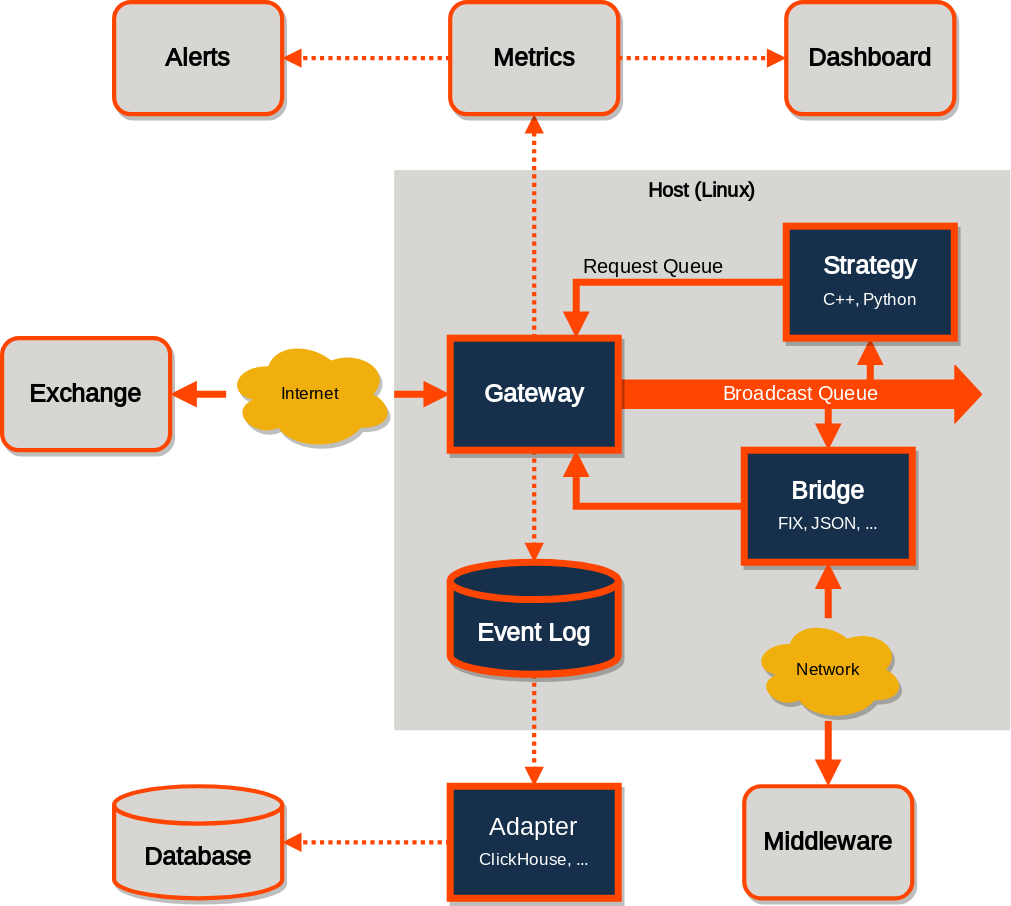
Earlier version of the draw.io export profile/architecture_reference.svg (roq-trading/.github). Source tidied: cells renumbered, new cells last; positions are measured from the earlier drawing's top-left corner, leaving out a move shared by most shapes.
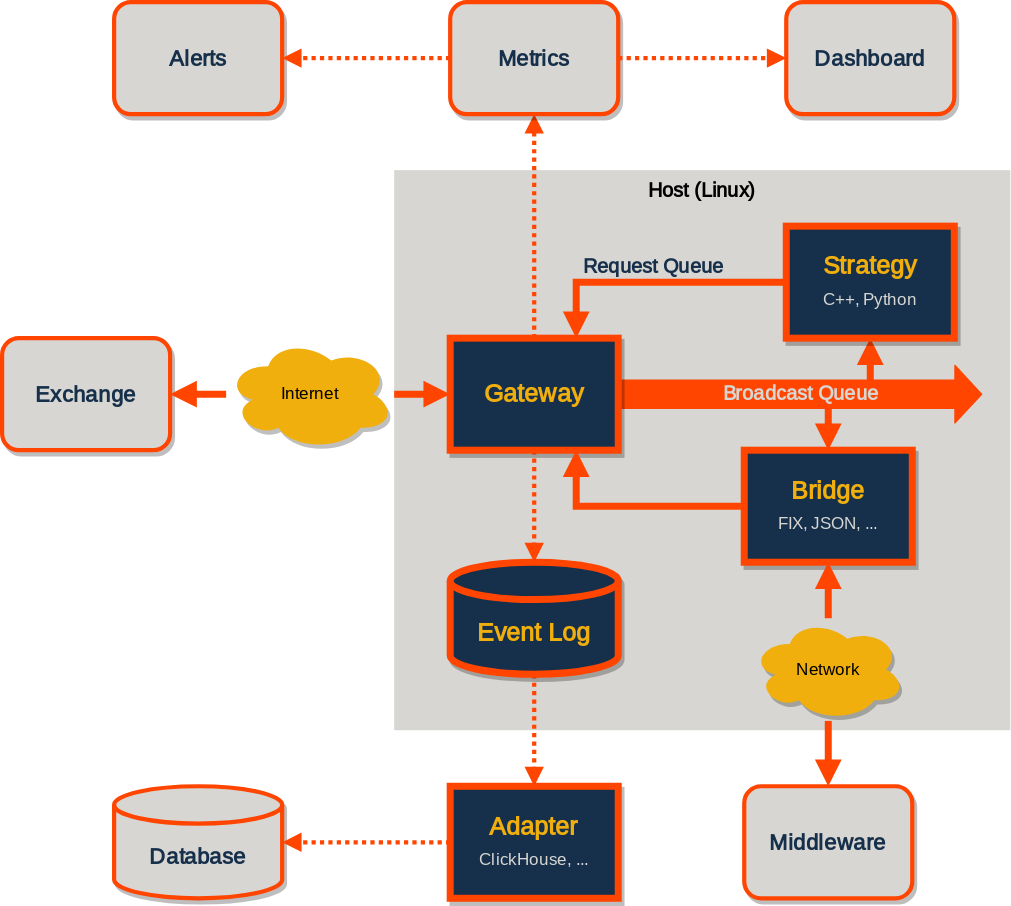
The same file after the commit.

What changed in the source:
```diff
@@ -24,42 +24,42 @@
         <mxPoint x="590" y="290" as="sourcePoint" />
       </mxGeometry>
     </mxCell>
-    <mxCell id="8" value="Broadcast Queue" style="shape=flexArrow;endArrow=classic;html=1;width=20;labelBackgroundColor=none;fontColor=#FFFFFF;fillColor=#ff4500;strokeColor=#ff4500;exitX=1;exitY=0.5;exitDx=0;exitDy=0;fontFamily=Quattrocento Sans;fontSource=https%3A%2F%2Ffonts.googleapis.com%2Fcss%3Ffamily%3DQuattrocento%2BSans;fontSize=14;" parent="1" edge="1" source="9">
+    <mxCell id="8" value="&lt;font color=&quot;#d7d6d2&quot;&gt;Broadcast Queue&lt;/font&gt;" style="shape=flexArrow;endArrow=classic;html=1;width=20;labelBackgroundColor=none;fontColor=#FFFFFF;fillColor=#ff4500;strokeColor=#ff4500;exitX=1;exitY=0.5;exitDx=0;exitDy=0;fontFamily=Quattrocento Sans;fontSource=https%3A%2F%2Ffonts.googleapis.com%2Fcss%3Ffamily%3DQuattrocento%2BSans;fontSize=14;fontStyle=1;" parent="1" edge="1" source="9">
       <mxGeometry relative="1" as="geometry">
         <mxPoint x="700" y="280" as="targetPoint" />
       </mxGeometry>
     </mxCell>
-    <mxCell id="9" value="Gateway" style="rounded=0;whiteSpace=wrap;html=1;labelBackgroundColor=none;fontStyle=1;fontColor=#FFFFFF;fillColor=#16304b;strokeColor=#ff4500;strokeWidth=5;fontFamily=Quattrocento Sans;fontSource=https%3A%2F%2Ffonts.googleapis.com%2Fcss%3Ffamily%3DQuattrocento%2BSans;fontSize=18;shadow=1;" parent="1" vertex="1">
+    <mxCell id="9" value="Gateway" style="rounded=0;whiteSpace=wrap;html=1;labelBackgroundColor=none;fontStyle=1;fontColor=#F0AF0D;fillColor=#16304b;strokeColor=#ff4500;strokeWidth=5;fontFamily=Quattrocento Sans;fontSource=https%3A%2F%2Ffonts.googleapis.com%2Fcss%3Ffamily%3DQuattrocento%2BSans;fontSize=18;shadow=1;" parent="1" vertex="1">
       <mxGeometry x="320" y="240" width="120" height="80" as="geometry" />
     </mxCell>
-    <mxCell id="10" value="&lt;b&gt;Strategy&lt;/b&gt;&lt;font style=&quot;font-size: 12px;&quot;&gt;&lt;font style=&quot;font-size: 12px;&quot;&gt;&lt;br style=&quot;&quot;&gt;C++, Python&lt;/font&gt;&lt;/font&gt;" style="rounded=0;whiteSpace=wrap;html=1;fontStyle=0;fontColor=#FFFFFF;fillColor=#16304b;strokeColor=#ff4500;strokeWidth=5;fontFamily=Quattrocento Sans;fontSource=https%3A%2F%2Ffonts.googleapis.com%2Fcss%3Ffamily%3DQuattrocento%2BSans;fontSize=18;shadow=1;" parent="1" vertex="1">
+    <mxCell id="10" value="&lt;b&gt;&lt;font color=&quot;#f0af0d&quot;&gt;Strategy&lt;/font&gt;&lt;/b&gt;&lt;font style=&quot;font-size: 12px;&quot;&gt;&lt;font style=&quot;font-size: 12px;&quot;&gt;&lt;br style=&quot;&quot;&gt;&lt;font color=&quot;#d7d6d2&quot;&gt;C++, Python&lt;/font&gt;&lt;/font&gt;&lt;/font&gt;" style="rounded=0;whiteSpace=wrap;html=1;fontStyle=0;fontColor=#FFFFFF;fillColor=#16304b;strokeColor=#ff4500;strokeWidth=5;fontFamily=Quattrocento Sans;fontSource=https%3A%2F%2Ffonts.googleapis.com%2Fcss%3Ffamily%3DQuattrocento%2BSans;fontSize=18;shadow=1;" parent="1" vertex="1">
       <mxGeometry x="560" y="160" width="120" height="80" as="geometry" />
     </mxCell>
-    <mxCell id="11" value="&lt;b&gt;Bridge&lt;/b&gt;&lt;font style=&quot;font-size: 12px;&quot;&gt;&lt;br style=&quot;&quot;&gt;FIX, JSON, ...&lt;/font&gt;" style="rounded=0;whiteSpace=wrap;html=1;fontStyle=0;fontColor=#FFFFFF;fillColor=#16304b;strokeColor=#ff4500;strokeWidth=5;fontFamily=Quattrocento Sans;fontSource=https%3A%2F%2Ffonts.googleapis.com%2Fcss%3Ffamily%3DQuattrocento%2BSans;fontSize=18;shadow=1;" parent="1" vertex="1">
+    <mxCell id="11" value="&lt;b&gt;&lt;font color=&quot;#f0af0d&quot;&gt;Bridge&lt;/font&gt;&lt;/b&gt;&lt;font style=&quot;font-size: 12px;&quot;&gt;&lt;br style=&quot;&quot;&gt;&lt;font color=&quot;#d7d6d2&quot;&gt;FIX, JSON, ...&lt;/font&gt;&lt;/font&gt;" style="rounded=0;whiteSpace=wrap;html=1;fontStyle=0;fontColor=#FFFFFF;fillColor=#16304b;strokeColor=#ff4500;strokeWidth=5;fontFamily=Quattrocento Sans;fontSource=https%3A%2F%2Ffonts.googleapis.com%2Fcss%3Ffamily%3DQuattrocento%2BSans;fontSize=18;shadow=1;" parent="1" vertex="1">
       <mxGeometry x="530" y="320" width="120" height="80" as="geometry" />
     </mxCell>
-    <mxCell id="12" value="Exchange" style="rounded=1;whiteSpace=wrap;html=1;labelBackgroundColor=none;fontStyle=1;fontColor=#000000;fillColor=#D7D6D2;strokeColor=#ff4500;strokeWidth=3;fontFamily=Quattrocento Sans;fontSource=https%3A%2F%2Ffonts.googleapis.com%2Fcss%3Ffamily%3DQuattrocento%2BSans;fontSize=18;shadow=1;" parent="1" vertex="1">
+    <mxCell id="12" value="Exchange" style="rounded=1;whiteSpace=wrap;html=1;labelBackgroundColor=none;fontStyle=1;fontColor=#16304B;fillColor=#D7D6D2;strokeColor=#ff4500;strokeWidth=3;fontFamily=Quattrocento Sans;fontSource=https%3A%2F%2Ffonts.googleapis.com%2Fcss%3Ffamily%3DQuattrocento%2BSans;fontSize=16;shadow=1;" parent="1" vertex="1">
       <mxGeometry y="240" width="120" height="80" as="geometry" />
     </mxCell>
-    <mxCell id="13" value="&lt;br style=&quot;font-size: 18px;&quot;&gt;Event Log" style="strokeWidth=5;html=1;shape=mxgraph.flowchart.database;whiteSpace=wrap;strokeColor=#FF4500;fillColor=#16304B;fontColor=#FFFFFF;verticalAlign=middle;fontFamily=Quattrocento Sans;fontSource=https%3A%2F%2Ffonts.googleapis.com%2Fcss%3Ffamily%3DQuattrocento%2BSans;fontSize=18;fontStyle=1;shadow=1;" parent="1" vertex="1">
+    <mxCell id="13" value="&lt;font color=&quot;#f0af0d&quot;&gt;&lt;br style=&quot;font-size: 18px;&quot;&gt;Event Log&lt;/font&gt;" style="strokeWidth=5;html=1;shape=mxgraph.flowchart.database;whiteSpace=wrap;strokeColor=#FF4500;fillColor=#16304B;fontColor=#FFFFFF;verticalAlign=middle;fontFamily=Quattrocento Sans;fontSource=https%3A%2F%2Ffonts.googleapis.com%2Fcss%3Ffamily%3DQuattrocento%2BSans;fontSize=18;fontStyle=1;shadow=1;" parent="1" vertex="1">
       <mxGeometry x="320" y="400" width="120" height="80" as="geometry" />
     </mxCell>
-    <mxCell id="14" value="Adapter&lt;font style=&quot;font-size: 12px;&quot;&gt;&lt;br style=&quot;&quot;&gt;ClickHouse, ...&lt;/font&gt;" style="rounded=0;whiteSpace=wrap;html=1;labelBackgroundColor=none;fontStyle=0;fontColor=#FFFFFF;fillColor=#16304B;strokeColor=#FF4500;strokeWidth=5;fontFamily=Quattrocento Sans;fontSource=https%3A%2F%2Ffonts.googleapis.com%2Fcss%3Ffamily%3DQuattrocento%2BSans;fontSize=18;shadow=1;" parent="1" vertex="1">
+    <mxCell id="14" value="&lt;font color=&quot;#f0af0d&quot;&gt;&lt;b&gt;Adapter&lt;/b&gt;&lt;/font&gt;&lt;font style=&quot;font-size: 12px;&quot;&gt;&lt;br style=&quot;&quot;&gt;&lt;font color=&quot;#d7d6d2&quot;&gt;ClickHouse, ...&lt;/font&gt;&lt;/font&gt;" style="rounded=0;whiteSpace=wrap;html=1;labelBackgroundColor=none;fontStyle=0;fontColor=#FFFFFF;fillColor=#16304B;strokeColor=#FF4500;strokeWidth=5;fontFamily=Quattrocento Sans;fontSource=https%3A%2F%2Ffonts.googleapis.com%2Fcss%3Ffamily%3DQuattrocento%2BSans;fontSize=18;shadow=1;" parent="1" vertex="1">
       <mxGeometry x="320" y="560" width="120" height="80" as="geometry" />
     </mxCell>
-    <mxCell id="15" value="&lt;br style=&quot;font-size: 18px;&quot;&gt;Database" style="strokeWidth=3;html=1;shape=mxgraph.flowchart.database;whiteSpace=wrap;strokeColor=#FF4500;fillColor=#D7D6D2;fontColor=#000000;verticalAlign=middle;fontFamily=Quattrocento Sans;fontSource=https%3A%2F%2Ffonts.googleapis.com%2Fcss%3Ffamily%3DQuattrocento%2BSans;fontSize=18;fontStyle=1;shadow=1;" parent="1" vertex="1">
+    <mxCell id="15" value="&lt;br style=&quot;font-size: 16px;&quot;&gt;Database" style="strokeWidth=3;html=1;shape=mxgraph.flowchart.database;whiteSpace=wrap;strokeColor=#FF4500;fillColor=#D7D6D2;fontColor=#16304B;verticalAlign=middle;fontFamily=Quattrocento Sans;fontSource=https%3A%2F%2Ffonts.googleapis.com%2Fcss%3Ffamily%3DQuattrocento%2BSans;fontSize=16;fontStyle=1;shadow=1;" parent="1" vertex="1">
       <mxGeometry x="80" y="560" width="120" height="80" as="geometry" />
     </mxCell>
     <mxCell id="16" style="endArrow=block;startArrow=none;html=1;entryX=0;entryY=0.5;entryDx=0;entryDy=0;endFill=1;strokeWidth=5;startFill=1;strokeColor=#ff4500;fontFamily=Quattrocento Sans;fontSource=https%3A%2F%2Ffonts.googleapis.com%2Fcss%3Ffamily%3DQuattrocento%2BSans;fontSize=14;" parent="1" edge="1" source="29" target="9">
       <mxGeometry relative="1" as="geometry" />
     </mxCell>
-    <mxCell id="17" value="Metrics" style="rounded=1;whiteSpace=wrap;html=1;labelBackgroundColor=none;fontStyle=1;fontColor=#000000;fillColor=#D7D6D2;strokeColor=#FF4500;strokeWidth=3;fontFamily=Quattrocento Sans;fontSource=https%3A%2F%2Ffonts.googleapis.com%2Fcss%3Ffamily%3DQuattrocento%2BSans;fontSize=18;shadow=1;" parent="1" vertex="1">
+    <mxCell id="17" value="Metrics" style="rounded=1;whiteSpace=wrap;html=1;labelBackgroundColor=none;fontStyle=1;fontColor=#16304B;fillColor=#D7D6D2;strokeColor=#FF4500;strokeWidth=3;fontFamily=Quattrocento Sans;fontSource=https%3A%2F%2Ffonts.googleapis.com%2Fcss%3Ffamily%3DQuattrocento%2BSans;fontSize=16;shadow=1;" parent="1" vertex="1">
       <mxGeometry x="320" width="120" height="80" as="geometry" />
     </mxCell>
-    <mxCell id="18" value="Dashboard" style="rounded=1;whiteSpace=wrap;html=1;labelBackgroundColor=none;fontStyle=1;fontColor=#000000;fillColor=#D7D6D2;strokeColor=#FF4500;strokeWidth=3;fontFamily=Quattrocento Sans;fontSource=https%3A%2F%2Ffonts.googleapis.com%2Fcss%3Ffamily%3DQuattrocento%2BSans;fontSize=18;shadow=1;" parent="1" vertex="1">
+    <mxCell id="18" value="Dashboard" style="rounded=1;whiteSpace=wrap;html=1;labelBackgroundColor=none;fontStyle=1;fontColor=#16304B;fillColor=#D7D6D2;strokeColor=#FF4500;strokeWidth=3;fontFamily=Quattrocento Sans;fontSource=https%3A%2F%2Ffonts.googleapis.com%2Fcss%3Ffamily%3DQuattrocento%2BSans;fontSize=16;shadow=1;" parent="1" vertex="1">
       <mxGeometry x="560" width="120" height="80" as="geometry" />
     </mxCell>
-    <mxCell id="19" value="Alerts" style="rounded=1;whiteSpace=wrap;html=1;labelBackgroundColor=none;fontStyle=1;fontColor=#000000;fillColor=#D7D6D2;strokeColor=#FF4500;strokeWidth=3;fontFamily=Quattrocento Sans;fontSource=https%3A%2F%2Ffonts.googleapis.com%2Fcss%3Ffamily%3DQuattrocento%2BSans;fontSize=18;shadow=1;" parent="1" vertex="1">
+    <mxCell id="19" value="Alerts" style="rounded=1;whiteSpace=wrap;html=1;labelBackgroundColor=none;fontStyle=1;fontColor=#16304B;fillColor=#D7D6D2;strokeColor=#FF4500;strokeWidth=3;fontFamily=Quattrocento Sans;fontSource=https%3A%2F%2Ffonts.googleapis.com%2Fcss%3Ffamily%3DQuattrocento%2BSans;fontSize=16;shadow=1;" parent="1" vertex="1">
       <mxGeometry x="80" width="120" height="80" as="geometry" />
     </mxCell>
     <mxCell id="20" style="endArrow=block;html=1;strokeWidth=3;endFill=1;strokeColor=#FF4500;exitX=0;exitY=0.5;exitDx=0;exitDy=0;entryX=1;entryY=0.5;entryDx=0;entryDy=0;dashed=1;dashPattern=1 1;fontColor=#000000;fontFamily=Quattrocento Sans;fontSource=https%3A%2F%2Ffonts.googleapis.com%2Fcss%3Ffamily%3DQuattrocento%2BSans;fontSize=14;" parent="1" edge="1" source="17" target="19">
@@ -74,10 +74,10 @@
     <mxCell id="23" style="edgeStyle=orthogonalEdgeStyle;rounded=0;jettySize=auto;html=1;entryX=0.75;entryY=1;entryDx=0;entryDy=0;strokeWidth=5;endArrow=block;endFill=1;strokeColor=#ff4500;exitX=0;exitY=0.5;exitDx=0;exitDy=0;fontFamily=Quattrocento Sans;fontSource=https%3A%2F%2Ffonts.googleapis.com%2Fcss%3Ffamily%3DQuattrocento%2BSans;fontSize=14;" parent="1" edge="1" source="11" target="9">
       <mxGeometry relative="1" as="geometry" />
     </mxCell>
-    <mxCell id="24" value="Request Queue" style="edgeStyle=orthogonalEdgeStyle;rounded=0;jettySize=auto;html=1;exitX=0;exitY=0.5;exitDx=0;exitDy=0;entryX=0.75;entryY=0;entryDx=0;entryDy=0;strokeWidth=5;endArrow=block;endFill=1;strokeColor=#ff4500;labelBackgroundColor=none;labelPosition=center;verticalLabelPosition=top;align=center;verticalAlign=bottom;fontFamily=Quattrocento Sans;fontSource=https%3A%2F%2Ffonts.googleapis.com%2Fcss%3Ffamily%3DQuattrocento%2BSans;fontSize=14;" parent="1" edge="1" source="10" target="9">
+    <mxCell id="24" value="Request Queue" style="edgeStyle=orthogonalEdgeStyle;rounded=0;jettySize=auto;html=1;exitX=0;exitY=0.5;exitDx=0;exitDy=0;entryX=0.75;entryY=0;entryDx=0;entryDy=0;strokeWidth=5;endArrow=block;endFill=1;strokeColor=#ff4500;labelBackgroundColor=none;labelPosition=center;verticalLabelPosition=top;align=center;verticalAlign=bottom;fontFamily=Quattrocento Sans;fontSource=https%3A%2F%2Ffonts.googleapis.com%2Fcss%3Ffamily%3DQuattrocento%2BSans;fontSize=14;fontColor=#16304B;fontStyle=1;" parent="1" edge="1" source="10" target="9">
       <mxGeometry relative="1" as="geometry" />
     </mxCell>
-    <mxCell id="25" value="Middleware" style="rounded=1;whiteSpace=wrap;html=1;labelBackgroundColor=none;fontStyle=1;fontColor=#000000;fillColor=#D7D6D2;strokeColor=#FF4500;strokeWidth=3;fontFamily=Quattrocento Sans;fontSource=https%3A%2F%2Ffonts.googleapis.com%2Fcss%3Ffamily%3DQuattrocento%2BSans;fontSize=18;shadow=1;" parent="1" vertex="1">
+    <mxCell id="25" value="Middleware" style="rounded=1;whiteSpace=wrap;html=1;labelBackgroundColor=none;fontStyle=1;fontColor=#16304B;fillColor=#D7D6D2;strokeColor=#FF4500;strokeWidth=3;fontFamily=Quattrocento Sans;fontSource=https%3A%2F%2Ffonts.googleapis.com%2Fcss%3Ffamily%3DQuattrocento%2BSans;fontSize=16;shadow=1;" parent="1" vertex="1">
       <mxGeometry x="530" y="560" width="120" height="80" as="geometry" />
     </mxCell>
     <mxCell id="26" style="endArrow=block;html=1;strokeWidth=5;endFill=1;strokeColor=#FF4500;entryX=0.5;entryY=0;entryDx=0;entryDy=0;startArrow=none;startFill=1;labelPosition=right;verticalLabelPosition=middle;align=left;verticalAlign=middle;labelBackgroundColor=none;exitX=0.5;exitY=1;exitDx=0;exitDy=0;fontFamily=Quattrocento Sans;fontSource=https%3A%2F%2Ffonts.googleapis.com%2Fcss%3Ffamily%3DQuattrocento%2BSans;fontSize=14;" parent="1" edge="1" source="27" target="25">
```
